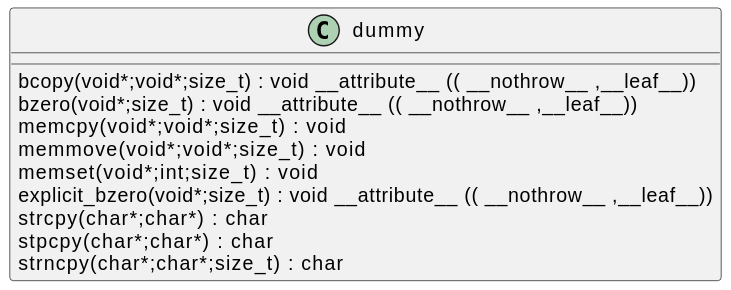
This is docs/qc/ssl/statem/statem_dtls.c.svg from qualitesys/openssl, a PlantUML export, as it was before one commit. The source it was exported from:
```plantuml
@startuml
!pragma layout smetana
class dummy {
bcopy(void*;void*;size_t) :  void  __attribute__ (( __nothrow__ ,__leaf__)) [[[./../../.././qc/ssl/statem/statem_dtls.c.html#340]]]
bzero(void*;size_t) :  void  __attribute__ (( __nothrow__ ,__leaf__)) [[[./../../.././qc/ssl/statem/statem_dtls.c.html#347]]]
memcpy(void*;void*;size_t) :  void  [[[./../../.././qc/ssl/statem/statem_dtls.c.html#388]]]
memmove(void*;void*;size_t) :  void  [[[./../../.././qc/ssl/statem/statem_dtls.c.html#396]]]
memset(void*;int;size_t) :  void  [[[./../../.././qc/ssl/statem/statem_dtls.c.html#403]]]
explicit_bzero(void*;size_t) :  void  __attribute__ (( __nothrow__ ,__leaf__)) [[[./../../.././qc/ssl/statem/statem_dtls.c.html#416]]]
strcpy(char*;char*) :  char  [[[./../../.././qc/ssl/statem/statem_dtls.c.html#423]]]
stpcpy(char*;char*) :  char  [[[./../../.././qc/ssl/statem/statem_dtls.c.html#430]]]
strncpy(char*;char*;size_t) :  char  [[[./../../.././qc/ssl/statem/statem_dtls.c.html#438]]]
}
@enduml
```
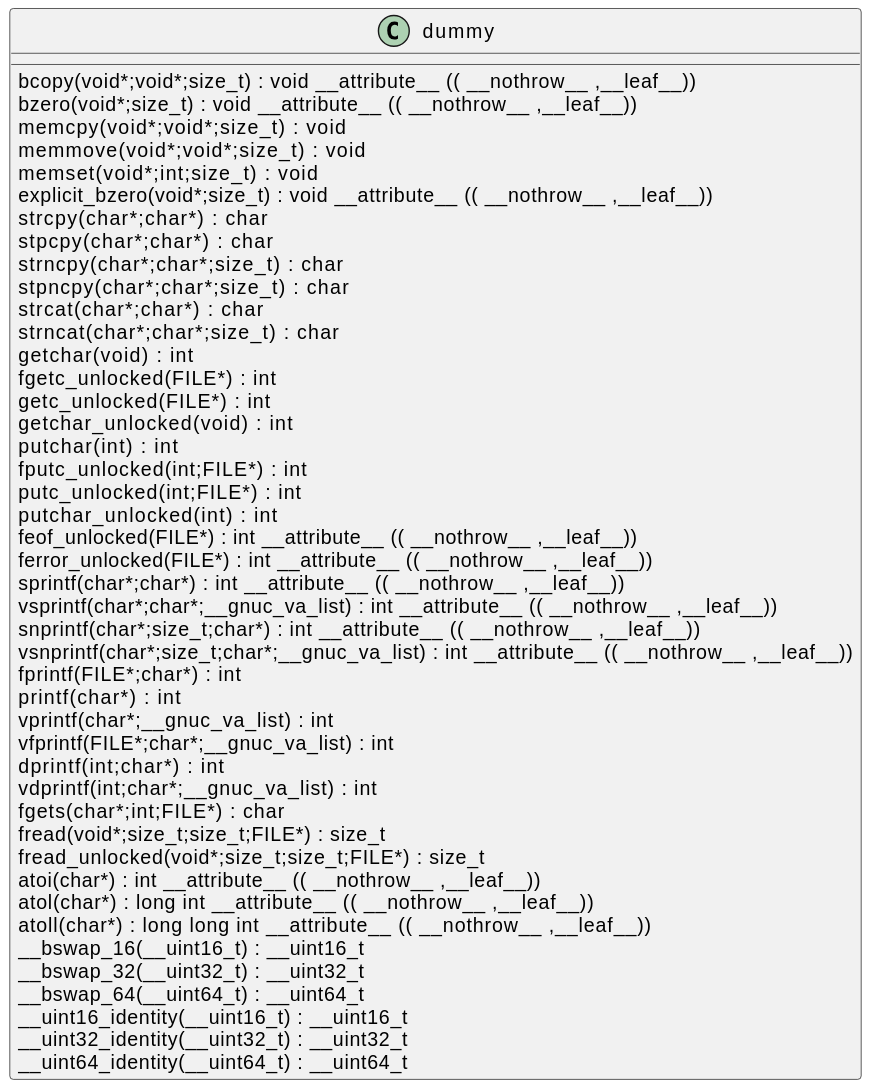
After the change.

What changed in the source:
```diff
@@ -10,5 +10,40 @@
 strcpy(char*;char*) :  char  [[[./../../.././qc/ssl/statem/statem_dtls.c.html#423]]]
 stpcpy(char*;char*) :  char  [[[./../../.././qc/ssl/statem/statem_dtls.c.html#430]]]
 strncpy(char*;char*;size_t) :  char  [[[./../../.././qc/ssl/statem/statem_dtls.c.html#438]]]
+stpncpy(char*;char*;size_t) :  char  [[[./../../.././qc/ssl/statem/statem_dtls.c.html#448]]]
+strcat(char*;char*) :  char  [[[./../../.././qc/ssl/statem/statem_dtls.c.html#455]]]
+strncat(char*;char*;size_t) :  char  [[[./../../.././qc/ssl/statem/statem_dtls.c.html#462]]]
+getchar(void) :  int  [[[./../../.././qc/ssl/statem/statem_dtls.c.html#1177]]]
+fgetc_unlocked(FILE*) :  int  [[[./../../.././qc/ssl/statem/statem_dtls.c.html#1186]]]
+getc_unlocked(FILE*) :  int  [[[./../../.././qc/ssl/statem/statem_dtls.c.html#1196]]]
+getchar_unlocked(void) :  int  [[[./../../.././qc/ssl/statem/statem_dtls.c.html#1203]]]
+putchar(int) :  int  [[[./../../.././qc/ssl/statem/statem_dtls.c.html#1212]]]
+fputc_unlocked(int;FILE*) :  int  [[[./../../.././qc/ssl/statem/statem_dtls.c.html#1221]]]
+putc_unlocked(int;FILE*) :  int  [[[./../../.././qc/ssl/statem/statem_dtls.c.html#1231]]]
+putchar_unlocked(int) :  int  [[[./../../.././qc/ssl/statem/statem_dtls.c.html#1238]]]
+feof_unlocked(FILE*) :  int  __attribute__ (( __nothrow__ ,__leaf__)) [[[./../../.././qc/ssl/statem/statem_dtls.c.html#1244]]]
+ferror_unlocked(FILE*) :  int  __attribute__ (( __nothrow__ ,__leaf__)) [[[./../../.././qc/ssl/statem/statem_dtls.c.html#1251]]]
+sprintf(char*;char*) :  int  __attribute__ (( __nothrow__ ,__leaf__)) [[[./../../.././qc/ssl/statem/statem_dtls.c.html#1270]]]
+vsprintf(char*;char*;__gnuc_va_list) :  int  __attribute__ (( __nothrow__ ,__leaf__)) [[[./../../.././qc/ssl/statem/statem_dtls.c.html#1283]]]
+snprintf(char*;size_t;char*) :  int  __attribute__ (( __nothrow__ ,__leaf__)) [[[./../../.././qc/ssl/statem/statem_dtls.c.html#1302]]]
+vsnprintf(char*;size_t;char*;__gnuc_va_list) :  int  __attribute__ (( __nothrow__ ,__leaf__)) [[[./../../.././qc/ssl/statem/statem_dtls.c.html#1316]]]
+fprintf(FILE*;char*) :  int  [[[./../../.././qc/ssl/statem/statem_dtls.c.html#1337]]]
+printf(char*) :  int  [[[./../../.././qc/ssl/statem/statem_dtls.c.html#1344]]]
+vprintf(char*;__gnuc_va_list) :  int  [[[./../../.././qc/ssl/statem/statem_dtls.c.html#1356]]]
+vfprintf(FILE*;char*;__gnuc_va_list) :  int  [[[./../../.././qc/ssl/statem/statem_dtls.c.html#1366]]]
+dprintf(int;char*) :  int  [[[./../../.././qc/ssl/statem/statem_dtls.c.html#1381]]]
+vdprintf(int;char*;__gnuc_va_list) :  int  [[[./../../.././qc/ssl/statem/statem_dtls.c.html#1392]]]
+fgets(char*;int;FILE*) :  char  [[[./../../.././qc/ssl/statem/statem_dtls.c.html#1411]]]
+fread(void*;size_t;size_t;FILE*) : size_t [[[./../../.././qc/ssl/statem/statem_dtls.c.html#1437]]]
+fread_unlocked(void*;size_t;size_t;FILE*) : size_t [[[./../../.././qc/ssl/statem/statem_dtls.c.html#1464]]]
+atoi(char*) :  int  __attribute__ (( __nothrow__ ,__leaf__)) [[[./../../.././qc/ssl/statem/statem_dtls.c.html#1790]]]
+atol(char*) :  long  int  __attribute__ (( __nothrow__ ,__leaf__)) [[[./../../.././qc/ssl/statem/statem_dtls.c.html#1795]]]
+atoll(char*) :  long  long  int  __attribute__ (( __nothrow__ ,__leaf__)) [[[./../../.././qc/ssl/statem/statem_dtls.c.html#1802]]]
+__bswap_16(__uint16_t) : __uint16_t [[[./../../.././qc/ssl/statem/statem_dtls.c.html#1949]]]
+__bswap_32(__uint32_t) : __uint32_t [[[./../../.././qc/ssl/statem/statem_dtls.c.html#1964]]]
+__bswap_64(__uint64_t) : __uint64_t [[[./../../.././qc/ssl/statem/statem_dtls.c.html#1974]]]
+__uint16_identity(__uint16_t) : __uint16_t [[[./../../.././qc/ssl/statem/statem_dtls.c.html#1986]]]
+__uint32_identity(__uint32_t) : __uint32_t [[[./../../.././qc/ssl/statem/statem_dtls.c.html#1992]]]
+__uint64_identity(__uint64_t) : __uint64_t [[[./../../.././qc/ssl/statem/statem_dtls.c.html#1998]]]
 }
 @enduml
```
